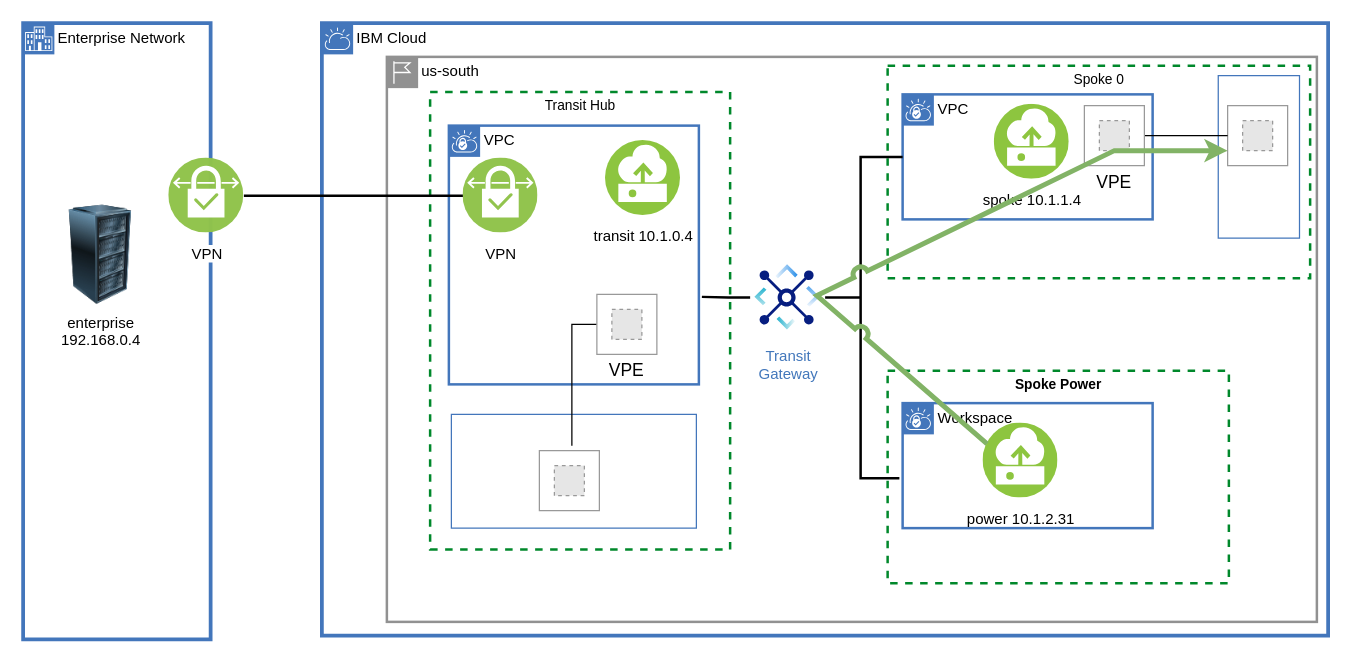
Earlier version of the draw.io diagram page "overview-2power" (6 of 22) of images/vpc-transit.drawio (IBM-Cloud/vpc-transit). Source tidied: cells renumbered, new cells numbered last; positions are measured from the earlier drawing's top-left corner, leaving out a move shared by most shapes. Both pictures are drawn from the tidied source at 125%, with x=0, y=0 at pixel (22, 22). Pictures stored in the file or linked from it are replaced by grey dashed boxes.
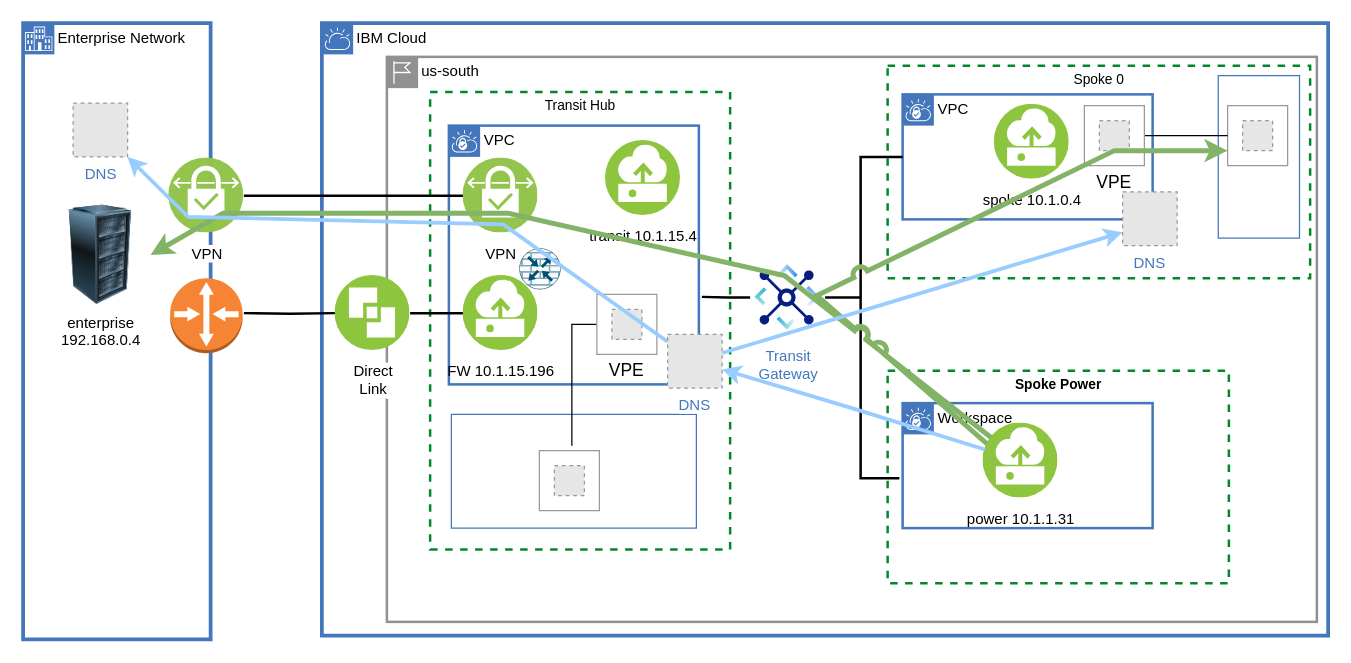
The same diagram, later.

Unchanged cells that the change refers to:
```xml
<mxCell id="25" value="enterprise&lt;br&gt;192.168.0.4" style="image;html=1;image=img/lib/clip_art/computers/Server_Rack_128x128.png;noLabel=0;labelBackgroundColor=none;" parent="1" vertex="1">
  <mxGeometry x="22" y="145.5" width="80" height="80" as="geometry" />
</mxCell>
```

What changed in the source:
```diff
@@
-    <mxCell id="22" value="transit 10.1.0.4" style="perimeter=ellipsePerimeter;html=1;align=center;shadow=0;dashed=0;fontColor=black;fontSize=12;spacingTop=3;image;image=img/lib/ibm/vpc/Instance.svg;labelBackgroundColor=none;" parent="1" vertex="1">
+    <mxCell id="22" value="transit 10.1.15.4" style="perimeter=ellipsePerimeter;html=1;align=center;shadow=0;dashed=0;fontColor=black;fontSize=12;spacingTop=3;image;image=img/lib/ibm/vpc/Instance.svg;labelBackgroundColor=none;" parent="1" vertex="1">
       <mxGeometry x="466" y="94" width="60" height="60" as="geometry" />
     </mxCell>
-    <mxCell id="23" value="spoke 10.1.1.4" style="perimeter=ellipsePerimeter;html=1;align=center;shadow=0;dashed=0;fontColor=black;fontSize=12;spacingTop=3;image;image=img/lib/ibm/vpc/Instance.svg;overflow=visible;noLabel=0;labelBackgroundColor=none;" parent="1" vertex="1">
+    <mxCell id="23" value="spoke 10.1.0.4" style="perimeter=ellipsePerimeter;html=1;align=center;shadow=0;dashed=0;fontColor=black;fontSize=12;spacingTop=3;image;image=img/lib/ibm/vpc/Instance.svg;overflow=visible;noLabel=0;labelBackgroundColor=none;" parent="1" vertex="1">
       <mxGeometry x="777" y="65" width="60" height="60" as="geometry" />
     </mxCell>
-    <mxCell id="24" value="power&amp;nbsp;10.1.2.31" style="perimeter=ellipsePerimeter;html=1;align=center;shadow=0;dashed=0;fontColor=black;fontSize=12;spacingTop=3;image;image=img/lib/ibm/vpc/Instance.svg;overflow=visible;noLabel=0;labelBackgroundColor=none;" parent="1" vertex="1">
+    <mxCell id="24" value="power&amp;nbsp;10.1.1.31" style="perimeter=ellipsePerimeter;html=1;align=center;shadow=0;dashed=0;fontColor=black;fontSize=12;spacingTop=3;image;image=img/lib/ibm/vpc/Instance.svg;overflow=visible;noLabel=0;labelBackgroundColor=none;" parent="1" vertex="1">
       <mxGeometry x="768" y="320" width="60" height="60" as="geometry" />
     </mxCell>
@@
+    <mxCell id="40" parent="0" />
+    <mxCell id="41" style="dashed=0;verticalLabelPosition=bottom;verticalAlign=top;align=center;html=1;shape=mxgraph.aws3.router;fillColor=#F58534;gradientColor=none;fontFamily=Helvetica;fontSize=11;fontColor=default;" parent="40" vertex="1">
+      <mxGeometry x="117.6" y="204" width="58" height="60" as="geometry" />
+    </mxCell>
+    <mxCell id="42" style="edgeStyle=orthogonalEdgeStyle;shape=connector;rounded=0;jettySize=auto;html=1;entryX=0;entryY=0.5;entryDx=0;entryDy=0;labelBackgroundColor=default;strokeColor=default;strokeWidth=2;align=center;verticalAlign=middle;fontFamily=Helvetica;fontSize=11;fontColor=default;endArrow=none;endFill=0;" parent="40" edge="1" target="43">
+      <mxGeometry relative="1" as="geometry">
+        <mxPoint x="176.6" y="232" as="sourcePoint" />
+      </mxGeometry>
+    </mxCell>
+    <mxCell id="43" value="Direct&lt;br&gt;Link" style="image;perimeter=ellipsePerimeter;html=1;align=center;shadow=0;dashed=0;fontColor=#000000;labelBackgroundColor=default;fontSize=12;spacingTop=3;image=img/lib/ibm/vpc/DirectLink.svg;" parent="40" vertex="1">
+      <mxGeometry x="249.6" y="202" width="60" height="60" as="geometry" />
+    </mxCell>
+    <mxCell id="44" style="edgeStyle=orthogonalEdgeStyle;shape=connector;rounded=0;jettySize=auto;html=1;entryX=0;entryY=0.5;entryDx=0;entryDy=0;labelBackgroundColor=default;strokeColor=default;strokeWidth=2;align=center;verticalAlign=middle;fontFamily=Helvetica;fontSize=11;fontColor=default;endArrow=none;endFill=0;" parent="40" edge="1" source="43" target="45">
+      <mxGeometry relative="1" as="geometry" />
+    </mxCell>
+    <mxCell id="45" value="FW 10.1.15.196" style="perimeter=ellipsePerimeter;html=1;align=center;shadow=0;dashed=0;fontColor=black;fontSize=12;spacingTop=3;image;image=img/lib/ibm/vpc/Instance.svg;overflow=visible;noLabel=0;labelBackgroundColor=none;" parent="40" vertex="1">
+      <mxGeometry x="352" y="202" width="60" height="60" as="geometry" />
+    </mxCell>
+    <mxCell id="46" style="sketch=0;verticalLabelPosition=bottom;html=1;verticalAlign=top;align=center;shape=mxgraph.cisco19.rect;prIcon=router_with_firewall;fillColor=#FAFAFA;strokeColor=#005073;shadow=0;dashed=0;labelBackgroundColor=none;fontFamily=Helvetica;fontSize=12;fontColor=black;" parent="40" vertex="1">
+      <mxGeometry x="397" y="180" width="33" height="33" as="geometry" />
+    </mxCell>
+    <mxCell id="47" parent="0" />
+    <mxCell id="48" style="endArrow=none;startArrow=classic;html=1;rounded=0;shadow=0;sketch=0;strokeWidth=4;jumpStyle=arc;jumpSize=6;fillColor=#d5e8d4;strokeColor=#82b366;exitX=1;exitY=0.5;exitDx=0;exitDy=0;endFill=0;" parent="47" edge="1" source="25" target="24">
+      <mxGeometry relative="1" as="geometry">
+        <Array as="points">
+          <mxPoint x="160" y="152" />
+          <mxPoint x="388" y="152" />
+          <mxPoint x="609" y="202" />
+        </Array>
+      </mxGeometry>
+    </mxCell>
@@
+    <mxCell id="49" parent="0" />
+    <mxCell id="50" style="edgeStyle=none;shape=connector;rounded=0;jettySize=auto;html=1;labelBackgroundColor=default;strokeColor=#99CCFF;strokeWidth=3;align=center;verticalAlign=middle;fontFamily=Helvetica;fontSize=11;fontColor=default;endArrow=classic;endFill=1;elbow=vertical;" parent="49" edge="1" source="24" target="54">
+      <mxGeometry relative="1" as="geometry">
+        <Array as="points">
+          <mxPoint x="663" y="308" />
+        </Array>
+      </mxGeometry>
+    </mxCell>
+    <mxCell id="51" style="edgeStyle=none;shape=connector;rounded=0;jettySize=auto;html=1;entryX=0;entryY=0.75;entryDx=0;entryDy=0;labelBackgroundColor=default;strokeColor=#99CCFF;strokeWidth=3;align=center;verticalAlign=middle;fontFamily=Helvetica;fontSize=11;fontColor=default;endArrow=classic;endFill=1;elbow=vertical;" parent="49" edge="1" source="54" target="55">
+      <mxGeometry relative="1" as="geometry" />
+    </mxCell>
+    <mxCell id="52" style="edgeStyle=none;shape=connector;rounded=0;jettySize=auto;html=1;labelBackgroundColor=default;strokeColor=#99CCFF;strokeWidth=3;align=center;verticalAlign=middle;fontFamily=Helvetica;fontSize=11;fontColor=default;endArrow=classic;endFill=1;elbow=vertical;" parent="49" edge="1" source="54" target="53">
+      <mxGeometry relative="1" as="geometry">
+        <Array as="points">
+          <mxPoint x="384" y="161" />
+          <mxPoint x="132" y="155" />
+        </Array>
+      </mxGeometry>
+    </mxCell>
+    <mxCell id="53" value="&lt;span style=&quot;color: rgb(66 , 119 , 187) ; font-family: &amp;quot;helvetica&amp;quot; ; font-size: 12px ; font-style: normal ; font-weight: 400 ; letter-spacing: normal ; text-align: center ; text-indent: 0px ; text-transform: none ; word-spacing: 0px ; background-color: rgb(255 , 255 , 255) ; display: inline ; float: none&quot;&gt;DNS&lt;/span&gt;" style="fillColor=#E6E6E6;strokeColor=#999999;dashed=1;verticalLabelPosition=bottom;verticalAlign=top;fontSize=10;html=1;" parent="49" vertex="1">
+      <mxGeometry x="40" y="64" width="43.6" height="43" as="geometry" />
+    </mxCell>
+    <mxCell id="54" value="&lt;span style=&quot;color: rgb(66 , 119 , 187) ; font-family: &amp;quot;helvetica&amp;quot; ; font-size: 12px ; font-style: normal ; font-weight: 400 ; letter-spacing: normal ; text-align: center ; text-indent: 0px ; text-transform: none ; word-spacing: 0px ; background-color: rgb(255 , 255 , 255) ; display: inline ; float: none&quot;&gt;DNS&lt;/span&gt;" style="fillColor=#E6E6E6;strokeColor=#999999;dashed=1;verticalLabelPosition=bottom;verticalAlign=top;fontSize=10;html=1;" parent="49" vertex="1">
+      <mxGeometry x="515.6" y="249" width="43.6" height="43" as="geometry" />
+    </mxCell>
+    <mxCell id="55" value="&lt;span style=&quot;color: rgb(66 , 119 , 187) ; font-family: &amp;quot;helvetica&amp;quot; ; font-size: 12px ; font-style: normal ; font-weight: 400 ; letter-spacing: normal ; text-align: center ; text-indent: 0px ; text-transform: none ; word-spacing: 0px ; background-color: rgb(255 , 255 , 255) ; display: inline ; float: none&quot;&gt;DNS&lt;/span&gt;" style="fillColor=#E6E6E6;strokeColor=#999999;dashed=1;verticalLabelPosition=bottom;verticalAlign=top;fontSize=10;html=1;" parent="49" vertex="1">
+      <mxGeometry x="879.6" y="135" width="43.6" height="43" as="geometry" />
+    </mxCell>
```
